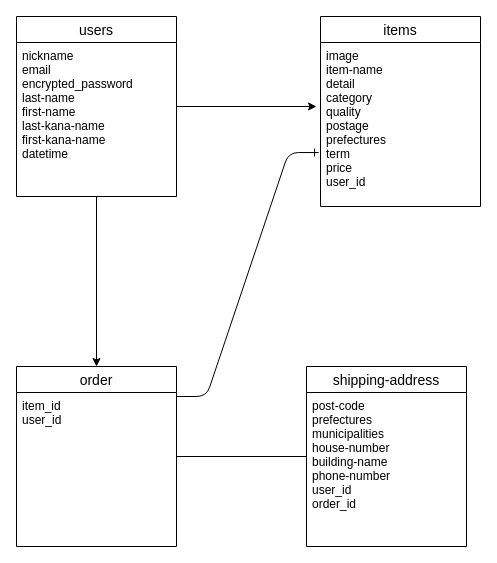
This is er.dio from akioGitHub/furima-38267, a draw.io file, before an edit. Source tidied: cells renumbered, new cells numbered last; positions are measured from the earlier drawing's top-left corner, leaving out a move shared by most shapes. Both pictures are drawn from the tidied source at 100%, with x=0, y=0 at pixel (16, 16).
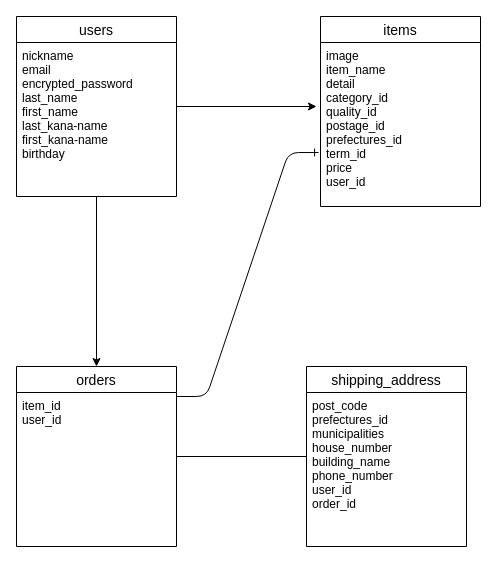
Above is the later version.

The edit, as a diff of the source:
```diff
@@
 <mxGraphModel>
   <root>
     <mxCell id="0" />
     <mxCell id="1" parent="0" />
     <mxCell id="2" style="edgeStyle=none;html=1;" parent="1" edge="1" source="3">
       <mxGeometry relative="1" as="geometry">
         <mxPoint x="300" y="90" as="targetPoint" />
       </mxGeometry>
     </mxCell>
     <mxCell id="3" value="users" style="swimlane;fontStyle=0;horizontal=1;startSize=26;align=center;fontSize=14;" parent="1" vertex="1">
       <mxGeometry width="160" height="180" as="geometry" />
     </mxCell>
-    <mxCell id="4" value="nickname&#10;email&#10;encrypted_password&#10;last-name&#10;first-name&#10;last-kana-name&#10;first-kana-name&#10;datetime&#10;" style="text;strokeColor=none;fillColor=none;spacingLeft=4;spacingRight=4;overflow=hidden;points=[[0,0.5],[1,0.5]];portConstraint=eastwest;fontSize=12;" parent="3" vertex="1">
+    <mxCell id="4" value="nickname&#10;email&#10;encrypted_password&#10;last_name&#10;first_name&#10;last_kana-name&#10;first_kana-name&#10;birthday&#10;" style="text;strokeColor=none;fillColor=none;spacingLeft=4;spacingRight=4;overflow=hidden;points=[[0,0.5],[1,0.5]];portConstraint=eastwest;fontSize=12;" parent="3" vertex="1">
       <mxGeometry y="26" width="160" height="154" as="geometry" />
     </mxCell>
     <mxCell id="5" value="items" style="swimlane;fontStyle=0;horizontal=1;startSize=26;align=center;fontSize=14;" parent="1" vertex="1">
       <mxGeometry x="304" width="160" height="190" as="geometry" />
     </mxCell>
-    <mxCell id="6" value="shipping-address" style="swimlane;fontStyle=0;horizontal=1;startSize=26;align=center;fontSize=14;" parent="1" vertex="1">
+    <mxCell id="6" value="shipping_address" style="swimlane;fontStyle=0;horizontal=1;startSize=26;align=center;fontSize=14;" parent="1" vertex="1">
       <mxGeometry x="290" y="350" width="160" height="180" as="geometry" />
     </mxCell>
-    <mxCell id="7" value="post-code&#10;prefectures&#10;municipalities&#10;house-number&#10;building-name&#10;phone-number&#10;user_id&#10;order_id" style="text;strokeColor=none;fillColor=none;spacingLeft=4;spacingRight=4;overflow=hidden;fontSize=12;" parent="6" vertex="1">
+    <mxCell id="7" value="post_code&#10;prefectures_id&#10;municipalities&#10;house_number&#10;building_name&#10;phone_number&#10;user_id&#10;order_id" style="text;strokeColor=none;fillColor=none;spacingLeft=4;spacingRight=4;overflow=hidden;fontSize=12;" parent="6" vertex="1">
       <mxGeometry y="26" width="160" height="154" as="geometry" />
     </mxCell>
-    <mxCell id="8" value="order" style="swimlane;fontStyle=0;horizontal=1;startSize=26;align=center;fontSize=14;" parent="1" vertex="1">
+    <mxCell id="8" value="orders" style="swimlane;fontStyle=0;horizontal=1;startSize=26;align=center;fontSize=14;" parent="1" vertex="1">
       <mxGeometry y="350" width="160" height="180" as="geometry" />
     </mxCell>
     <mxCell id="9" value="item_id&#10;user_id" style="text;strokeColor=none;fillColor=none;spacingLeft=4;spacingRight=4;overflow=hidden;fontSize=12;" parent="8" vertex="1">
       <mxGeometry y="26" width="160" height="154" as="geometry" />
     </mxCell>
     <mxCell id="10" style="edgeStyle=none;html=1;entryX=0.5;entryY=0;entryDx=0;entryDy=0;" parent="1" edge="1" source="4" target="8">
       <mxGeometry relative="1" as="geometry" />
     </mxCell>
     <mxCell id="11" style="line;strokeWidth=1;dashed=0;labelPosition=right;align=left;verticalAlign=middle;spacingTop=0;spacingLeft=6;" parent="1" vertex="1">
       <mxGeometry x="160" y="435" width="130" height="10" as="geometry" />
     </mxCell>
-    <mxCell id="12" value="image&#10;item-name&#10;detail&#10;category&#10;quality&#10;postage&#10;prefectures&#10;term&#10;price&#10;user_id&#10;" style="text;strokeColor=none;fillColor=none;spacingLeft=4;spacingRight=4;overflow=hidden;points=[[0,0.5],[1,0.5]];portConstraint=eastwest;fontSize=12;" parent="1" vertex="1">
+    <mxCell id="12" value="image&#10;item_name&#10;detail&#10;category_id&#10;quality_id&#10;postage_id&#10;prefectures_id&#10;term_id&#10;price&#10;user_id&#10;" style="text;strokeColor=none;fillColor=none;spacingLeft=4;spacingRight=4;overflow=hidden;points=[[0,0.5],[1,0.5]];portConstraint=eastwest;fontSize=12;" parent="1" vertex="1">
       <mxGeometry x="304" y="26" width="160" height="164" as="geometry" />
     </mxCell>
     <mxCell id="13" style="edgeStyle=entityRelationEdgeStyle;fontSize=12;html=1;endArrow=ERone;endFill=1;entryX=-0.012;entryY=0.671;entryDx=0;entryDy=0;entryPerimeter=0;" parent="1" edge="1" target="12">
       <mxGeometry relative="1" as="geometry">
         <mxPoint x="160" y="380" as="sourcePoint" />
       </mxGeometry>
     </mxCell>
   </root>
 </mxGraphModel>
```
